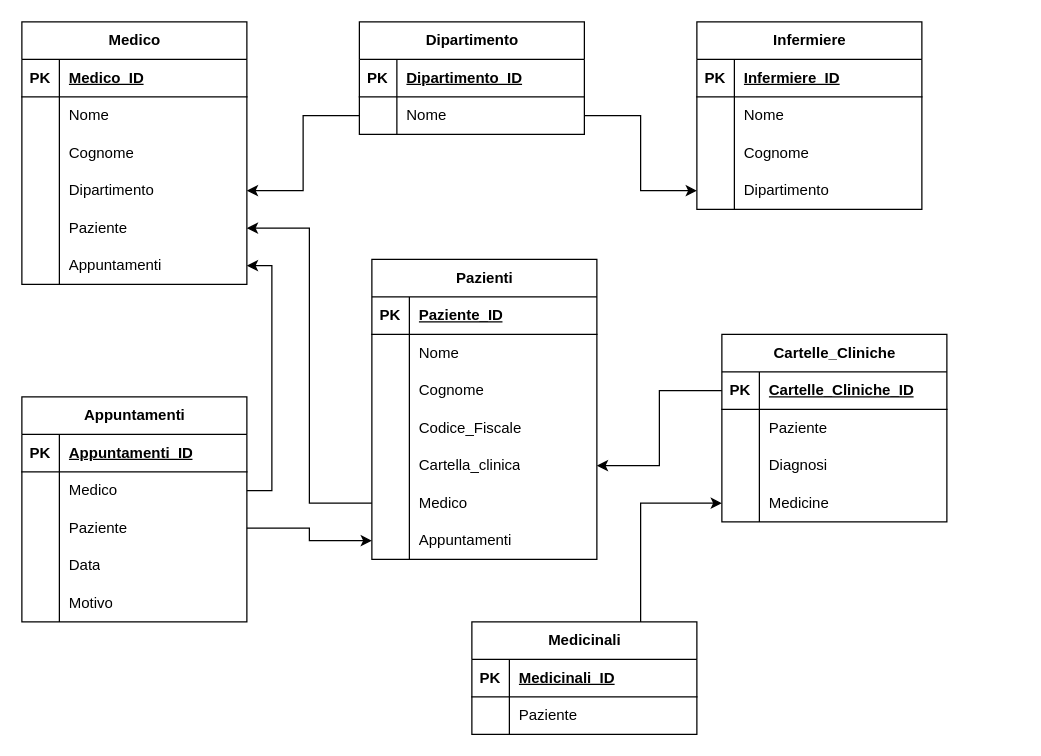
This is DB Gestione Ospedaliera.drawio from EnricoTurchetto/DB_SQL, a draw.io file, before an edit. Source tidied: cells renumbered, new cells numbered last; positions are measured from the earlier drawing's top-left corner, leaving out a move shared by most shapes. Both pictures are drawn from the tidied source at 125%, with x=0, y=0 at pixel (21, 21).
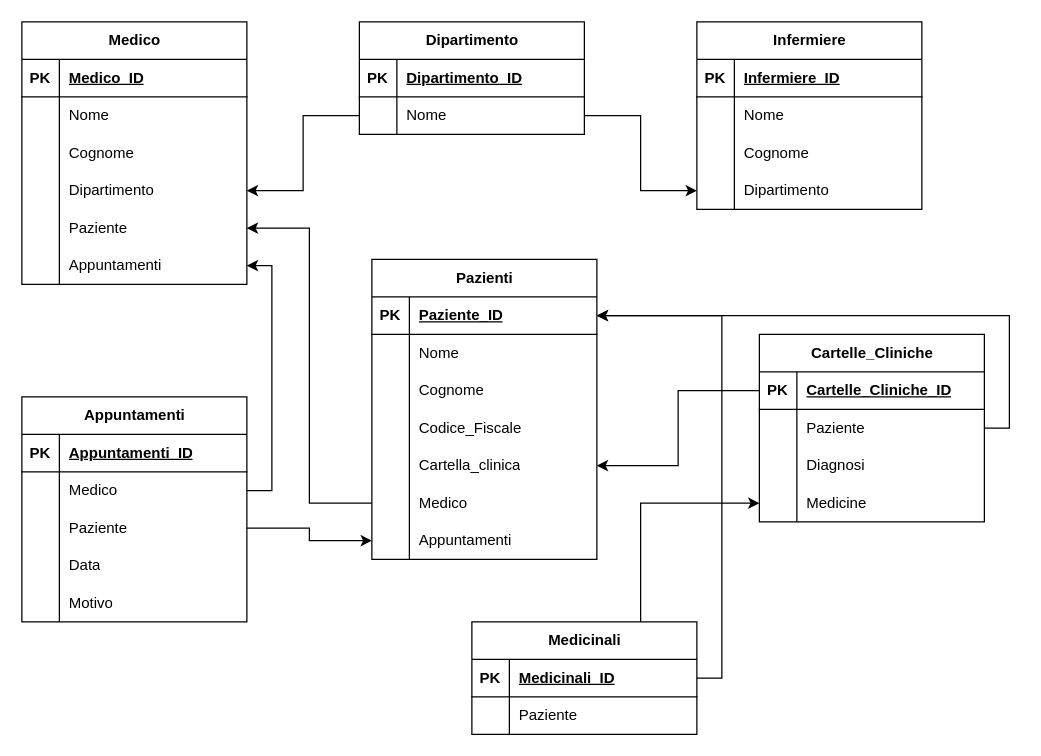
After the change.

The change refers to these unchanged cells:
```xml
<mxCell id="3" style="shape=tableRow;horizontal=0;startSize=0;swimlaneHead=0;swimlaneBody=0;fillColor=none;points=[[0,0.5],[1,0.5]];portConstraint=eastwest;top=0;left=0;right=0;bottom=1;" parent="2" vertex="1">
  <mxGeometry y="30" width="180" height="30" as="geometry" />
</mxCell>
<mxCell id="83" style="shape=tableRow;horizontal=0;startSize=0;swimlaneHead=0;swimlaneBody=0;fillColor=none;points=[[0,0.5],[1,0.5]];portConstraint=eastwest;top=0;left=0;right=0;bottom=0;" parent="79" vertex="1">
  <mxGeometry y="60" width="180" height="30" as="geometry" />
</mxCell>
<mxCell id="94" style="shape=tableRow;horizontal=0;startSize=0;swimlaneHead=0;swimlaneBody=0;fillColor=none;points=[[0,0.5],[1,0.5]];portConstraint=eastwest;top=0;left=0;right=0;bottom=1;" parent="93" vertex="1">
  <mxGeometry y="30" width="180" height="30" as="geometry" />
</mxCell>
```

The edit, as a diff of the source:
```diff
@@
     <mxCell id="79" value="Cartelle_Cliniche" style="shape=table;startSize=30;childLayout=tableLayout;rowLines=0;fontStyle=1;align=center;html=1;" parent="1" vertex="1">
-      <mxGeometry x="560" y="250" width="180" height="150" as="geometry" />
+      <mxGeometry x="590" y="250" width="180" height="150" as="geometry" />
     </mxCell>
@@
+    <mxCell id="106" style="edgeStyle=orthogonalEdgeStyle;rounded=0;jettySize=auto;html=1;exitX=1;exitY=0.5;exitDx=0;exitDy=0;" parent="1" edge="1" source="83" target="3">
+      <mxGeometry relative="1" as="geometry" />
+    </mxCell>
+    <mxCell id="107" style="edgeStyle=orthogonalEdgeStyle;rounded=0;jettySize=auto;html=1;exitX=1;exitY=0.5;exitDx=0;exitDy=0;" parent="1" edge="1" source="94" target="3">
+      <mxGeometry relative="1" as="geometry" />
+    </mxCell>
```
